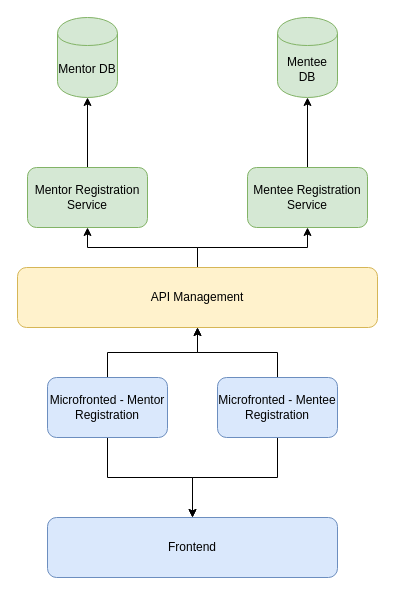
marilag/talks keeps this draw.io diagram as page "Microservice" (2 of 6) of cloudskwela2021/drawings.drawio. Above is the earlier version. Source tidied: cells renumbered, new cells numbered last; positions are measured from the earlier drawing's top-left corner, leaving out a move shared by most shapes. Both pictures are drawn from the tidied source at 100%, with x=0, y=0 at pixel (17, 17).
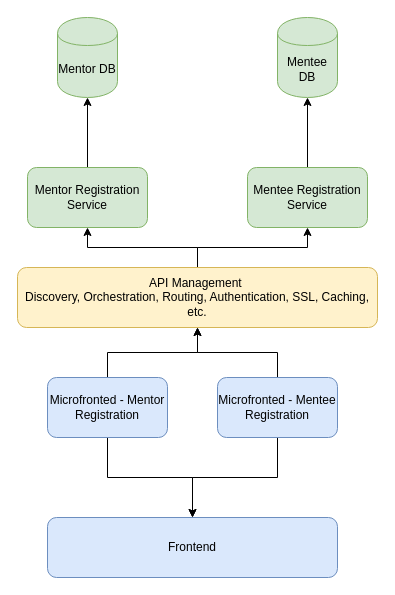
Above is the later version.

What changed in the source:
```diff
@@
 <mxGraphModel>
   <root>
     <mxCell id="0" />
     <mxCell id="1" parent="0" />
     <mxCell id="2" style="edgeStyle=orthogonalEdgeStyle;rounded=0;jettySize=auto;html=1;entryX=0.5;entryY=1;entryDx=0;entryDy=0;" parent="1" edge="1" source="4" target="7">
       <mxGeometry relative="1" as="geometry" />
     </mxCell>
     <mxCell id="3" style="edgeStyle=orthogonalEdgeStyle;rounded=0;jettySize=auto;html=1;" parent="1" edge="1" source="4" target="17">
       <mxGeometry relative="1" as="geometry" />
     </mxCell>
     <mxCell id="4" value="Microfronted - Mentor Registration" style="rounded=1;whiteSpace=wrap;html=1;fillColor=#dae8fc;strokeColor=#6c8ebf;" parent="1" vertex="1">
       <mxGeometry x="30" y="360" width="120" height="60" as="geometry" />
     </mxCell>
     <mxCell id="5" style="edgeStyle=orthogonalEdgeStyle;rounded=0;jettySize=auto;html=1;entryX=0.5;entryY=1;entryDx=0;entryDy=0;" parent="1" edge="1" source="7" target="12">
       <mxGeometry relative="1" as="geometry" />
     </mxCell>
     <mxCell id="6" style="edgeStyle=orthogonalEdgeStyle;rounded=0;jettySize=auto;html=1;" parent="1" edge="1" source="7" target="14">
       <mxGeometry relative="1" as="geometry" />
     </mxCell>
-    <mxCell id="7" value="API Management" style="rounded=1;whiteSpace=wrap;html=1;fillColor=#fff2cc;strokeColor=#d6b656;" parent="1" vertex="1">
+    <mxCell id="7" value="API Management&amp;nbsp;&lt;br&gt;Discovery, Orchestration, Routing, Authentication, SSL, Caching, etc." style="rounded=1;whiteSpace=wrap;html=1;fillColor=#fff2cc;strokeColor=#d6b656;" parent="1" vertex="1">
       <mxGeometry y="250" width="360" height="60" as="geometry" />
     </mxCell>
     <mxCell id="8" style="edgeStyle=orthogonalEdgeStyle;rounded=0;jettySize=auto;html=1;entryX=0.5;entryY=1;entryDx=0;entryDy=0;entryPerimeter=0;" parent="1" edge="1" source="10" target="7">
       <mxGeometry relative="1" as="geometry" />
     </mxCell>
     <mxCell id="9" style="edgeStyle=orthogonalEdgeStyle;rounded=0;jettySize=auto;html=1;entryX=0.5;entryY=0;entryDx=0;entryDy=0;" parent="1" edge="1" source="10" target="17">
       <mxGeometry relative="1" as="geometry" />
     </mxCell>
     <mxCell id="10" value="Microfronted - Mentee Registration" style="rounded=1;whiteSpace=wrap;html=1;fillColor=#dae8fc;strokeColor=#6c8ebf;" parent="1" vertex="1">
       <mxGeometry x="200" y="360" width="120" height="60" as="geometry" />
     </mxCell>
     <mxCell id="11" style="edgeStyle=orthogonalEdgeStyle;rounded=0;jettySize=auto;html=1;" parent="1" edge="1" source="12" target="15">
       <mxGeometry relative="1" as="geometry" />
     </mxCell>
     <mxCell id="12" value="Mentor Registration Service" style="rounded=1;whiteSpace=wrap;html=1;fillColor=#d5e8d4;strokeColor=#82b366;" parent="1" vertex="1">
       <mxGeometry x="10" y="150" width="120" height="60" as="geometry" />
     </mxCell>
     <mxCell id="13" style="edgeStyle=orthogonalEdgeStyle;rounded=0;jettySize=auto;html=1;" parent="1" edge="1" source="14" target="16">
       <mxGeometry relative="1" as="geometry" />
     </mxCell>
     <mxCell id="14" value="Mentee Registration Service" style="rounded=1;whiteSpace=wrap;html=1;fillColor=#d5e8d4;strokeColor=#82b366;" parent="1" vertex="1">
       <mxGeometry x="230" y="150" width="120" height="60" as="geometry" />
     </mxCell>
     <mxCell id="15" value="Mentor DB" style="shape=cylinder;whiteSpace=wrap;html=1;boundedLbl=1;backgroundOutline=1;rounded=1;fillColor=#d5e8d4;strokeColor=#82b366;" parent="1" vertex="1">
       <mxGeometry x="40" width="60" height="80" as="geometry" />
     </mxCell>
     <mxCell id="16" value="Mentee DB" style="shape=cylinder;whiteSpace=wrap;html=1;boundedLbl=1;backgroundOutline=1;rounded=1;fillColor=#d5e8d4;strokeColor=#82b366;" parent="1" vertex="1">
       <mxGeometry x="260" width="60" height="80" as="geometry" />
     </mxCell>
     <mxCell id="17" value="Frontend" style="rounded=1;whiteSpace=wrap;html=1;fillColor=#dae8fc;strokeColor=#6c8ebf;" parent="1" vertex="1">
       <mxGeometry x="30" y="500" width="290" height="60" as="geometry" />
     </mxCell>
   </root>
 </mxGraphModel>
```
